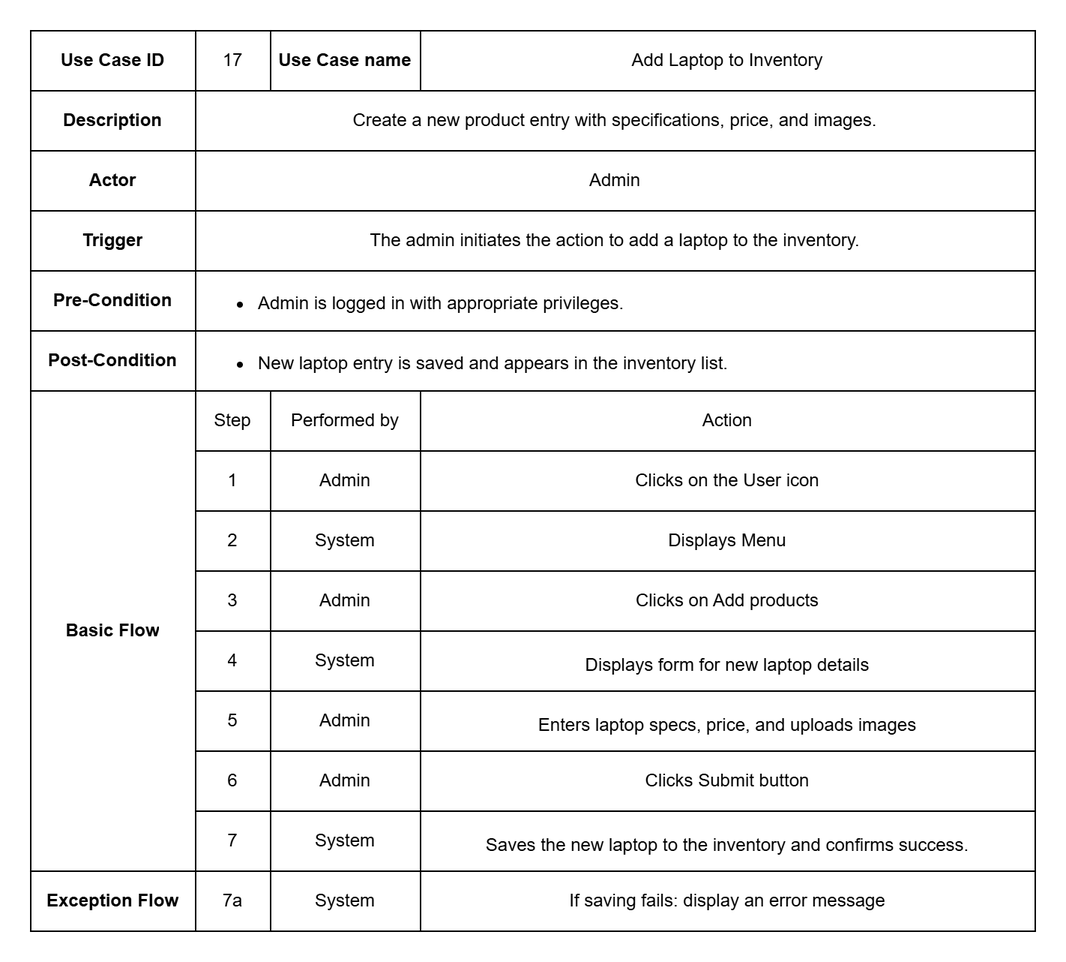
Above: documentation/Images/usecase_metadata_card/uc_17_add_laptop_to_inventory.drawio.png in auphong2707/itse-laptopshop-management-web-application (draw.io), before the change. Source tidied: cells renumbered, new cells last; positions are measured from the earlier drawing's top-left corner, leaving out a move shared by most shapes.
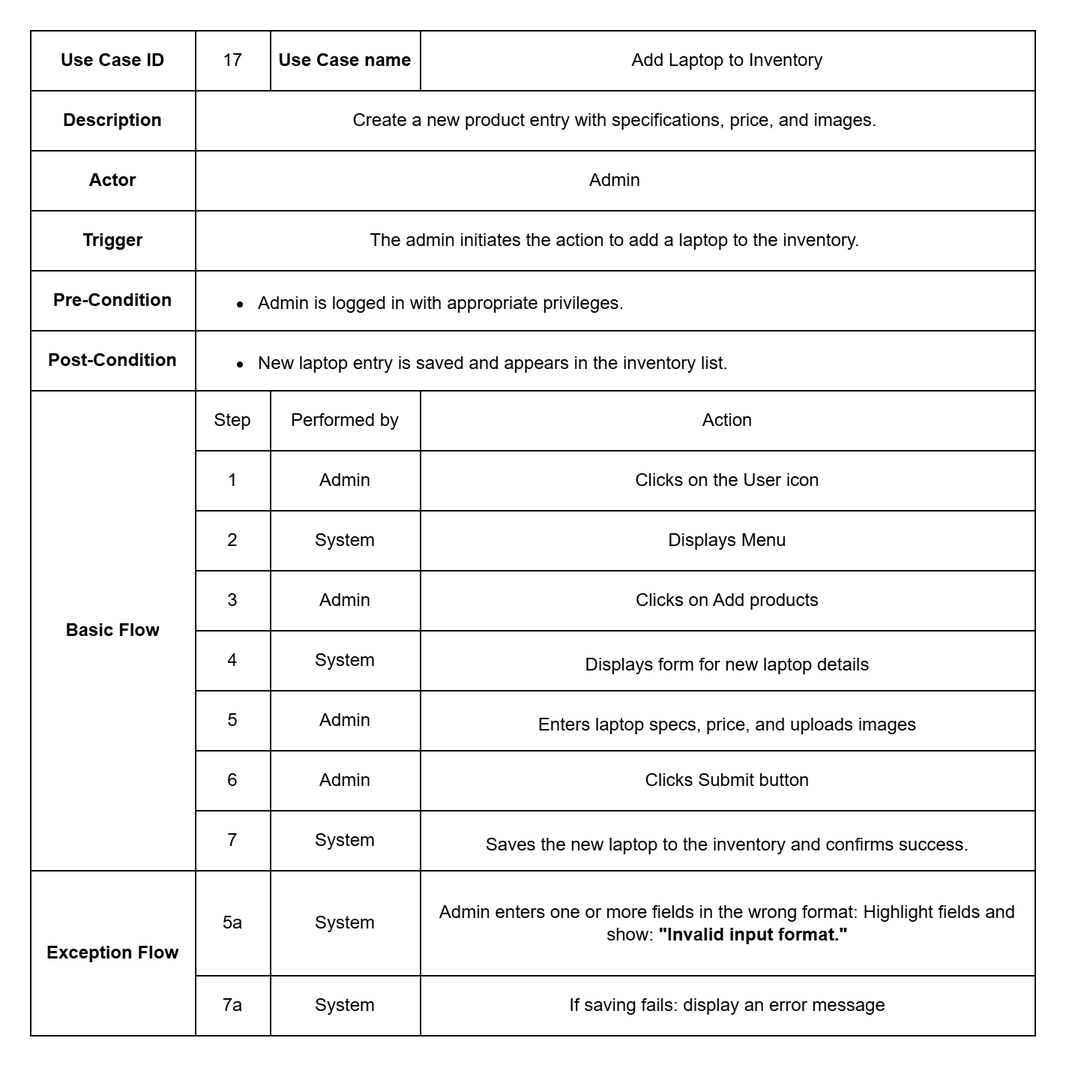
Later version of the same file.

Diff of the diagram source:
```diff
@@ -3,7 +3,7 @@
     <mxCell id="0" />
     <mxCell id="1" parent="0" />
     <mxCell id="2" style="shape=table;startSize=0;fontStyle=0;" parent="1" vertex="1">
-      <mxGeometry width="670" height="600" as="geometry" />
+      <mxGeometry width="670" height="670" as="geometry" />
     </mxCell>
     <mxCell id="3" style="shape=tableRow;horizontal=0;startSize=0;swimlaneHead=0;swimlaneBody=0;strokeColor=inherit;top=0;left=0;bottom=0;right=0;fillColor=none;" parent="2" vertex="1">
       <mxGeometry width="670" height="40" as="geometry" />
@@ -164,12 +164,24 @@
     <mxCell id="55" value="&lt;table&gt;&lt;tbody&gt;&lt;tr&gt;&lt;td&gt;&lt;/td&gt;&lt;/tr&gt;&lt;/tbody&gt;&lt;/table&gt;&lt;table&gt;&lt;tbody&gt;&lt;tr&gt;&lt;td&gt;Saves the new laptop to the inventory and confirms success.&lt;/td&gt;&lt;/tr&gt;&lt;/tbody&gt;&lt;/table&gt;" style="shape=partialRectangle;html=1;whiteSpace=wrap;strokeColor=inherit;overflow=hidden;fillColor=none;top=0;left=0;bottom=0;right=0;" parent="52" vertex="1">
       <mxGeometry x="260" width="410" height="40" as="geometry" />
     </mxCell>
+    <mxCell id="61" style="shape=tableRow;horizontal=0;startSize=0;swimlaneHead=0;swimlaneBody=0;strokeColor=inherit;top=0;left=0;bottom=0;right=0;fillColor=none;" parent="2" vertex="1">
+      <mxGeometry y="560" width="670" height="70" as="geometry" />
+    </mxCell>
+    <mxCell id="57" value="Exception Flow" style="shape=partialRectangle;html=1;whiteSpace=wrap;strokeColor=inherit;overflow=hidden;fillColor=none;top=0;left=0;bottom=0;right=0;fontStyle=1;rowspan=2;colspan=1;" parent="61" vertex="1">
+      <mxGeometry width="110" height="110" as="geometry" />
+    </mxCell>
+    <mxCell id="62" value="5a" style="shape=partialRectangle;html=1;whiteSpace=wrap;strokeColor=inherit;overflow=hidden;fillColor=none;top=0;left=0;bottom=0;right=0;" parent="61" vertex="1">
+      <mxGeometry x="110" width="50" height="70" as="geometry" />
+    </mxCell>
+    <mxCell id="63" value="System" style="shape=partialRectangle;html=1;whiteSpace=wrap;strokeColor=inherit;overflow=hidden;fillColor=none;top=0;left=0;bottom=0;right=0;" parent="61" vertex="1">
+      <mxGeometry x="160" width="100" height="70" as="geometry" />
+    </mxCell>
+    <mxCell id="64" value="Admin enters one or more fields in the wrong format: Highlight fields and show: &lt;strong&gt;&quot;Invalid input format.&quot;&lt;/strong&gt;" style="shape=partialRectangle;html=1;whiteSpace=wrap;strokeColor=inherit;overflow=hidden;fillColor=none;top=0;left=0;bottom=0;right=0;" parent="61" vertex="1">
+      <mxGeometry x="260" width="410" height="70" as="geometry" />
+    </mxCell>
     <mxCell id="56" style="shape=tableRow;horizontal=0;startSize=0;swimlaneHead=0;swimlaneBody=0;strokeColor=inherit;top=0;left=0;bottom=0;right=0;fillColor=none;" parent="2" vertex="1">
-      <mxGeometry y="560" width="670" height="40" as="geometry" />
+      <mxGeometry y="630" width="670" height="40" as="geometry" />
     </mxCell>
-    <mxCell id="57" value="Exception Flow" style="shape=partialRectangle;html=1;whiteSpace=wrap;strokeColor=inherit;overflow=hidden;fillColor=none;top=0;left=0;bottom=0;right=0;rowspan=6;colspan=1;fontStyle=1;" parent="56" vertex="1">
-      <mxGeometry width="110" height="40" as="geometry" />
-    </mxCell>
     <mxCell id="58" value="7a" style="shape=partialRectangle;html=1;whiteSpace=wrap;strokeColor=inherit;overflow=hidden;fillColor=none;top=0;left=0;bottom=0;right=0;" parent="56" vertex="1">
       <mxGeometry x="110" width="50" height="40" as="geometry" />
     </mxCell>
```
